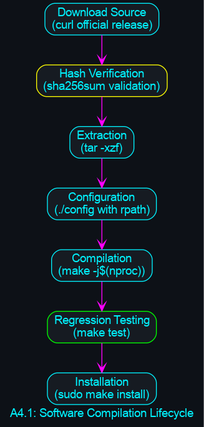
Earlier version of the Graphviz export diagrams/compilations/workflow_compilation_lifecycle.png (danindiana/hybrid-framework). Its source is kept beside it as diagrams/compilations/workflow_compilation_lifecycle.dot.
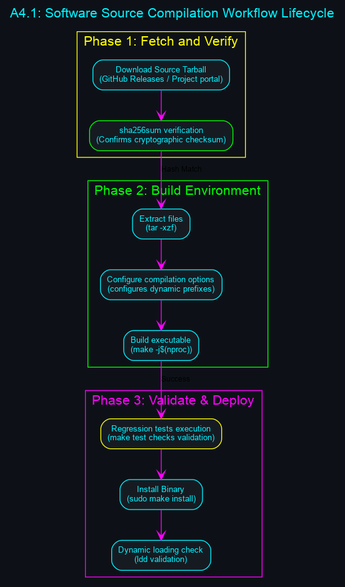
The same diagram one commit later.

Diff of the diagram source:
```diff
@@ -1,20 +1,41 @@
 digraph WorkLifecycle {
-        graph [bgcolor="#0d1117", fontname="Helvetica", fontcolor="#00f2ff", label="A4.1: Software Compilation Lifecycle"];
-        node [shape=box, style="filled,rounded", color="#00f2ff", fontcolor="#00f2ff", fillcolor="#161b22", fontname="Helvetica"];
-        edge [color="#ff00ff", arrowhead=vee];
+        graph [bgcolor="#0d1117", fontname="Helvetica", fontcolor="#00f2ff", label="A4.1: Software Source Compilation Workflow Lifecycle", labelloc="t", fontsize=16];
+        node [shape=box, style="filled,rounded", color="#00f2ff", fontcolor="#00f2ff", fillcolor="#161b22", fontname="Helvetica", fontsize=10];
+        edge [color="#ff00ff", arrowhead=vee, fontname="Helvetica", fontsize=9];
 
-        Download [label="Download Source\n(curl official release)"];
-        Verify [label="Hash Verification\n(sha256sum validation)", color="#ffff00"];
-        Extract [label="Extraction\n(tar -xzf)"];
-        Configure [label="Configuration\n(./config with rpath)"];
-        Build [label="Compilation\n(make -j$(nproc))"];
-        Test [label="Regression Testing\n(make test)", color="#00ff00"];
-        Install [label="Installation\n(sudo make install)"];
+        subgraph cluster_download_phase {
+            label = "Phase 1: Fetch and Verify";
+            color = "#ffff00";
+            fontcolor = "#ffff00";
+            Download_Tar [label="Download Source Tarball\n(GitHub Releases / Project portal)"];
+            Sha256_Check [label="sha256sum verification\n(Confirms cryptographic checksum)", color="#00ff00"];
+            Download_Tar -> Sha256_Check;
+        }
 
-        Download -> Verify;
-        Verify -> Extract;
-        Extract -> Configure;
-        Configure -> Build;
-        Build -> Test;
-        Test -> Install;
+        subgraph cluster_compile_phase {
+            label = "Phase 2: Build Environment";
+            color = "#00ff00";
+            fontcolor = "#00ff00";
+            Extract_Tar [label="Extract files\n(tar -xzf)"];
+            Configure_Build [label="Configure compilation options\n(configures dynamic prefixes)"];
+            Build_Make [label="Build executable\n(make -j$(nproc))"];
+
+            Extract_Tar -> Configure_Build;
+            Configure_Build -> Build_Make;
+        }
+
+        subgraph cluster_install_phase {
+            label = "Phase 3: Validate & Deploy";
+            color = "#ff00ff";
+            fontcolor = "#ff00ff";
+            Run_Tests [label="Regression tests execution\n(make test checks validation)", color="#ffff00"];
+            Install_Cmd [label="Install Binary\n(sudo make install)"];
+            Verify_Rpath [label="Dynamic loading check\n(ldd validation)"];
+
+            Run_Tests -> Install_Cmd;
+            Install_Cmd -> Verify_Rpath;
+        }
+
+        Sha256_Check -> Extract_Tar [label="Hash Match"];
+        Build_Make -> Run_Tests [label="Success"];
     }
```
